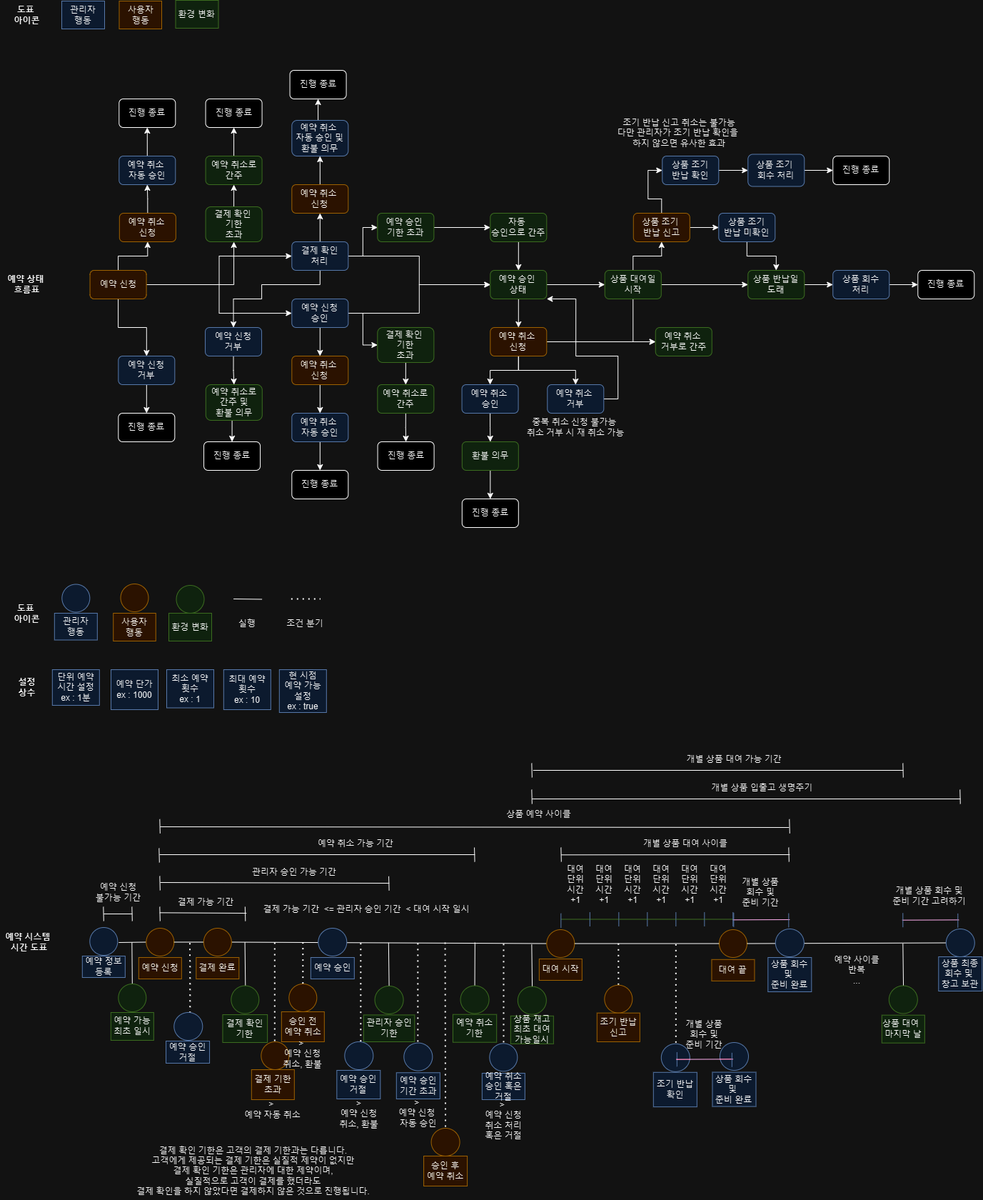
Above: module-service-rental-reservation/external_files/logic/Reservation.drawio.png in RaillyLinker/Kotlin_SpringbootMvc_Template (draw.io), before the change. Source tidied: cells renumbered, new cells last; positions are measured from the earlier drawing's top-left corner, leaving out a move shared by most shapes.
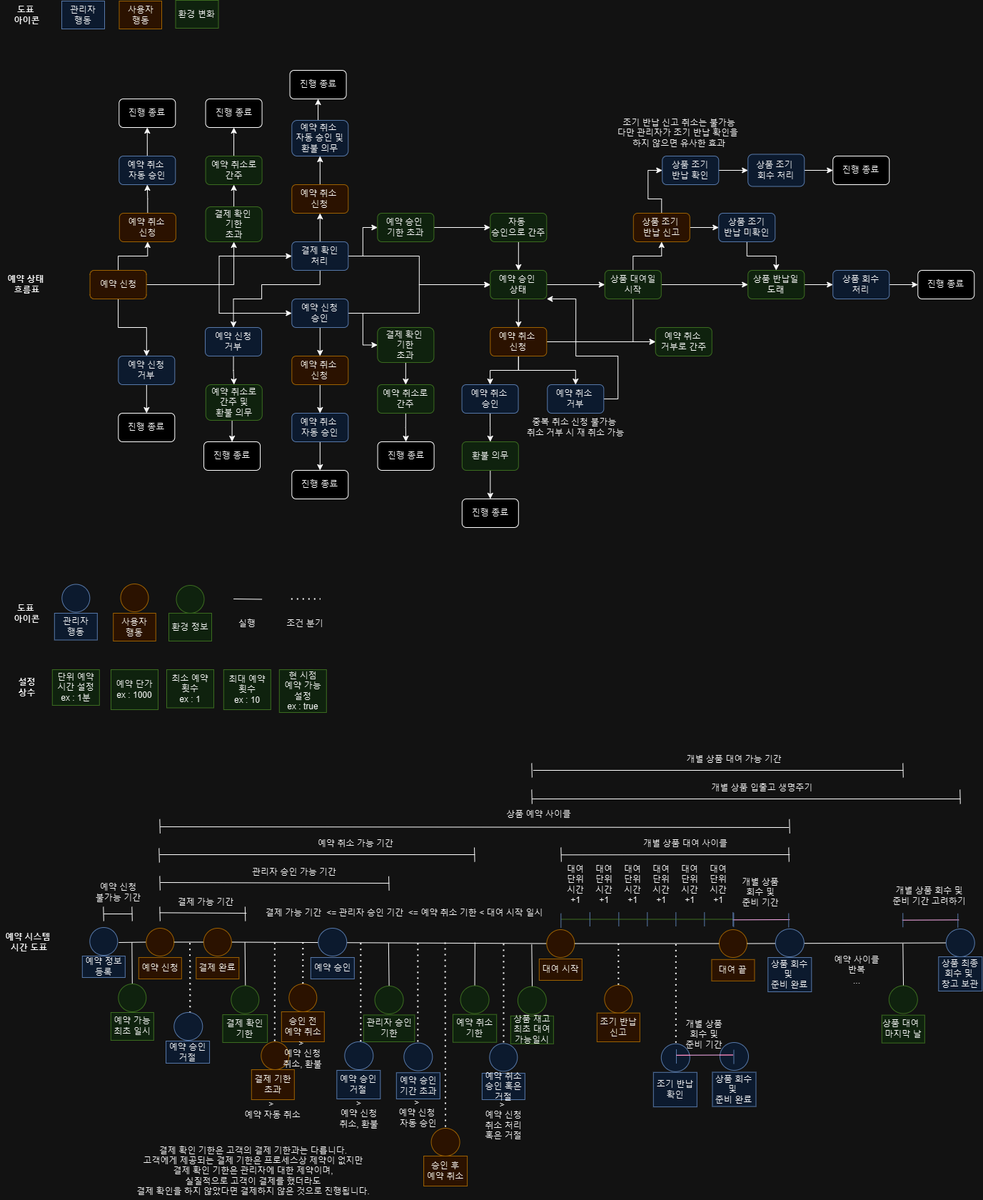
Later version of the same file.

The edit, as a diff of the source:
```diff
@@ -489,8 +489,8 @@
     </mxCell>
     <mxCell id="119" style="endArrow=none;html=1;rounded=0;fillColor=#dae8fc;strokeColor=#6c8ebf;" parent="1" edge="1">
       <mxGeometry relative="1" as="geometry">
-        <mxPoint x="947.8" y="1492.7" as="sourcePoint" />
-        <mxPoint x="947.8" y="1472.7" as="targetPoint" />
+        <mxPoint x="947" y="1488.5" as="sourcePoint" />
+        <mxPoint x="947" y="1468.5" as="targetPoint" />
       </mxGeometry>
     </mxCell>
     <mxCell id="120" value="&lt;div&gt;개별&amp;nbsp;&lt;span style=&quot;background-color: initial;&quot;&gt;상품&lt;/span&gt;&lt;/div&gt;&lt;div&gt;회수&amp;nbsp;&lt;span style=&quot;background-color: initial;&quot;&gt;및&lt;/span&gt;&lt;/div&gt;&lt;div&gt;준비&amp;nbsp;&lt;span style=&quot;background-color: initial;&quot;&gt;기간&lt;/span&gt;&lt;/div&gt;" style="text;html=1;align=center;verticalAlign=middle;whiteSpace=wrap;rounded=0;" parent="1" vertex="1">
@@ -504,14 +504,14 @@
     </mxCell>
     <mxCell id="123" style="endArrow=none;html=1;rounded=0;fillColor=#d80073;strokeColor=#A50040;" parent="1" edge="1">
       <mxGeometry relative="1" as="geometry">
-        <mxPoint x="946.8" y="1482.7" as="sourcePoint" />
-        <mxPoint x="1026.3" y="1482.3" as="targetPoint" />
+        <mxPoint x="947" y="1476.8" as="sourcePoint" />
+        <mxPoint x="1026.5" y="1476.5" as="targetPoint" />
       </mxGeometry>
     </mxCell>
     <mxCell id="124" style="endArrow=none;html=1;rounded=0;fillColor=#dae8fc;strokeColor=#6c8ebf;" parent="1" edge="1">
       <mxGeometry relative="1" as="geometry">
-        <mxPoint x="1024.8" y="1493.3" as="sourcePoint" />
-        <mxPoint x="1024.8" y="1473.3" as="targetPoint" />
+        <mxPoint x="1027.5" y="1489.1" as="sourcePoint" />
+        <mxPoint x="1027.5" y="1469.1" as="targetPoint" />
       </mxGeometry>
     </mxCell>
     <mxCell id="125" style="endArrow=none;html=1;rounded=0;" parent="1" edge="1">
@@ -852,8 +852,8 @@
     <mxCell id="222" value="진행 종료" style="rounded=1;whiteSpace=wrap;html=1;" parent="1" vertex="1">
       <mxGeometry x="285.1" y="618" width="79" height="40" as="geometry" />
     </mxCell>
-    <mxCell id="223" value="결제 가능 기간&amp;nbsp;&amp;nbsp;&lt;span style=&quot;background-color: initial;&quot;&gt;&amp;lt;= 관리자 승인 기간&amp;nbsp;&amp;nbsp;&lt;/span&gt;&lt;span style=&quot;background-color: initial;&quot;&gt;&amp;lt;&amp;nbsp;&lt;/span&gt;&lt;span style=&quot;background-color: initial;&quot;&gt;대여 시작 일시&lt;/span&gt;" style="text;html=1;align=center;verticalAlign=middle;whiteSpace=wrap;rounded=0;" parent="1" vertex="1">
-      <mxGeometry x="362.3" y="1258" width="302" height="30" as="geometry" />
+    <mxCell id="223" value="결제 가능 기간&amp;nbsp;&amp;nbsp;&lt;span style=&quot;background-color: initial;&quot;&gt;&amp;lt;= 관리자 승인 기간&amp;nbsp;&amp;nbsp;&lt;/span&gt;&lt;span style=&quot;background-color: initial;&quot;&gt;&amp;lt;= 예약 취소 기한 &amp;lt;&amp;nbsp;&lt;/span&gt;&lt;span style=&quot;background-color: initial;&quot;&gt;대여 시작 일시&lt;/span&gt;" style="text;html=1;align=center;verticalAlign=middle;whiteSpace=wrap;rounded=0;" parent="1" vertex="1">
+      <mxGeometry x="366" y="1267" width="400" height="21" as="geometry" />
     </mxCell>
     <mxCell id="224" style="endArrow=none;html=1;rounded=0;" parent="1" edge="1">
       <mxGeometry relative="1" as="geometry">
@@ -885,13 +885,13 @@
     <mxCell id="230" value="사용자&lt;div&gt;행동&lt;/div&gt;" style="text;html=1;align=center;verticalAlign=middle;whiteSpace=wrap;rounded=0;fillColor=#ffe6cc;strokeColor=#d79b00;" parent="1" vertex="1">
       <mxGeometry x="158.2" y="858" width="59.5" height="39" as="geometry" />
     </mxCell>
-    <mxCell id="231" value="단위 예약&lt;div&gt;시간 설정&lt;div&gt;ex : 1분&lt;/div&gt;&lt;/div&gt;" style="text;html=1;align=center;verticalAlign=middle;whiteSpace=wrap;rounded=0;fillColor=#dae8fc;strokeColor=#6c8ebf;" parent="1" vertex="1">
+    <mxCell id="231" value="단위 예약&lt;div&gt;시간 설정&lt;div&gt;ex : 1분&lt;/div&gt;&lt;/div&gt;" style="text;html=1;align=center;verticalAlign=middle;whiteSpace=wrap;rounded=0;fillColor=#d5e8d4;strokeColor=#82b366;" parent="1" vertex="1">
       <mxGeometry x="72.8" y="937" width="66" height="50" as="geometry" />
     </mxCell>
-    <mxCell id="232" value="최소 예약 횟수&lt;br&gt;&lt;div&gt;ex : 1&lt;/div&gt;" style="text;html=1;align=center;verticalAlign=middle;whiteSpace=wrap;rounded=0;fillColor=#dae8fc;strokeColor=#6c8ebf;" parent="1" vertex="1">
+    <mxCell id="232" value="최소 예약 횟수&lt;br&gt;&lt;div&gt;ex : 1&lt;/div&gt;" style="text;html=1;align=center;verticalAlign=middle;whiteSpace=wrap;rounded=0;fillColor=#d5e8d4;strokeColor=#82b366;" parent="1" vertex="1">
       <mxGeometry x="233" y="937" width="66" height="53.5" as="geometry" />
     </mxCell>
-    <mxCell id="233" value="최대 예약 횟수&lt;br&gt;&lt;div&gt;ex : 10&lt;/div&gt;" style="text;html=1;align=center;verticalAlign=middle;whiteSpace=wrap;rounded=0;fillColor=#dae8fc;strokeColor=#6c8ebf;" parent="1" vertex="1">
+    <mxCell id="233" value="최대 예약 횟수&lt;br&gt;&lt;div&gt;ex : 10&lt;/div&gt;" style="text;html=1;align=center;verticalAlign=middle;whiteSpace=wrap;rounded=0;fillColor=#d5e8d4;strokeColor=#82b366;" parent="1" vertex="1">
       <mxGeometry x="312.8" y="937" width="66" height="56" as="geometry" />
     </mxCell>
     <mxCell id="234" value="도표&amp;nbsp;&lt;div&gt;아이콘&lt;/div&gt;" style="text;html=1;align=center;verticalAlign=middle;whiteSpace=wrap;rounded=0;fontStyle=1;" parent="1" vertex="1">
@@ -900,13 +900,13 @@
     <mxCell id="235" value="설정&lt;div&gt;상수&lt;/div&gt;" style="text;html=1;align=center;verticalAlign=middle;whiteSpace=wrap;rounded=0;fontStyle=1;" parent="1" vertex="1">
       <mxGeometry x="17.5" y="947" width="39" height="30" as="geometry" />
     </mxCell>
-    <mxCell id="236" value="예약 단가&lt;div&gt;ex : 1000&lt;/div&gt;" style="text;html=1;align=center;verticalAlign=middle;whiteSpace=wrap;rounded=0;fillColor=#dae8fc;strokeColor=#6c8ebf;" parent="1" vertex="1">
+    <mxCell id="236" value="예약 단가&lt;div&gt;ex : 1000&lt;/div&gt;" style="text;html=1;align=center;verticalAlign=middle;whiteSpace=wrap;rounded=0;fillColor=#d5e8d4;strokeColor=#82b366;" parent="1" vertex="1">
       <mxGeometry x="155" y="937" width="66" height="56" as="geometry" />
     </mxCell>
-    <mxCell id="237" value="&lt;div&gt;현 시점&lt;/div&gt;&lt;div&gt;예약 가능&lt;/div&gt;&lt;div&gt;설정&lt;/div&gt;&lt;div&gt;ex : true&lt;/div&gt;" style="text;html=1;align=center;verticalAlign=middle;whiteSpace=wrap;rounded=0;fillColor=#dae8fc;strokeColor=#6c8ebf;" parent="1" vertex="1">
+    <mxCell id="237" value="&lt;div&gt;현 시점&lt;/div&gt;&lt;div&gt;예약 가능&lt;/div&gt;&lt;div&gt;설정&lt;/div&gt;&lt;div&gt;ex : true&lt;/div&gt;" style="text;html=1;align=center;verticalAlign=middle;whiteSpace=wrap;rounded=0;fillColor=#d5e8d4;strokeColor=#82b366;" parent="1" vertex="1">
       <mxGeometry x="390.8" y="937" width="66" height="60" as="geometry" />
     </mxCell>
-    <mxCell id="238" value="환경 변화" style="text;html=1;align=center;verticalAlign=middle;whiteSpace=wrap;rounded=0;fillColor=#d5e8d4;strokeColor=#82b366;" parent="1" vertex="1">
+    <mxCell id="238" value="환경 정보" style="text;html=1;align=center;verticalAlign=middle;whiteSpace=wrap;rounded=0;fillColor=#d5e8d4;strokeColor=#82b366;" parent="1" vertex="1">
       <mxGeometry x="236" y="858" width="60" height="39" as="geometry" />
     </mxCell>
     <mxCell id="239" style="endArrow=none;html=1;rounded=0;" parent="1" edge="1">
@@ -936,7 +936,7 @@
     <mxCell id="245" style="ellipse;whiteSpace=wrap;html=1;fillColor=#d5e8d4;strokeColor=#82b366;" parent="1" vertex="1">
       <mxGeometry x="246.5" y="819" width="39" height="39" as="geometry" />
     </mxCell>
-    <mxCell id="246" value="결제 확인 기한은 고객의 결제 기한과는 다릅니다.&lt;div&gt;고객에게 제공되는 결제 기한은 실질적 제약이 없지만&lt;/div&gt;&lt;div&gt;결제 확인 기한은 관리자에 대한 제약이며,&lt;/div&gt;&lt;div&gt;실질적으로 고객이 결제를 했더라도&lt;/div&gt;&lt;div&gt;결제 확인을 하지 않았다면 결제하지 않은 것으로 진행됩니다.&lt;/div&gt;" style="text;html=1;align=center;verticalAlign=middle;whiteSpace=wrap;rounded=0;" parent="1" vertex="1">
+    <mxCell id="246" value="결제 확인 기한은 고객의 결제 기한과는 다릅니다.&lt;div&gt;고객에게 제공되는 결제 기한은 프로세스상 제약이 없지만&lt;/div&gt;&lt;div&gt;결제 확인 기한은 관리자에 대한 제약이며,&lt;/div&gt;&lt;div&gt;실질적으로 고객이 결제를 했더라도&lt;/div&gt;&lt;div&gt;결제 확인을 하지 않았다면 결제하지 않은 것으로 진행됩니다.&lt;/div&gt;" style="text;html=1;align=center;verticalAlign=middle;whiteSpace=wrap;rounded=0;" parent="1" vertex="1">
       <mxGeometry x="181" y="1599" width="347.3" height="80" as="geometry" />
     </mxCell>
     <mxCell id="247" style="edgeStyle=orthogonalEdgeStyle;rounded=0;jettySize=auto;html=1;exitX=0.5;exitY=1;exitDx=0;exitDy=0;entryX=0.5;entryY=0;entryDx=0;entryDy=0;" parent="1" edge="1" source="248" target="250">
```
